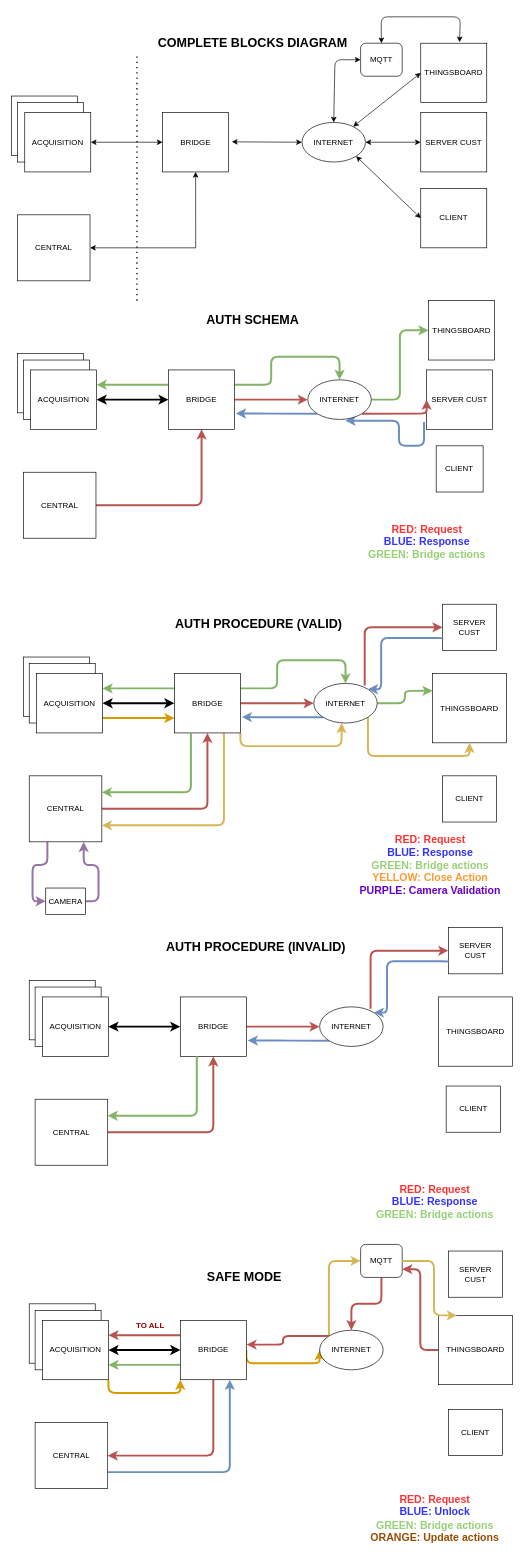
Before: page "Page-1" (1 of 2) of Doc/Blocks/Working_Blocks/Working_Blocks.drawio in fmarzo/SMASHBOX, a draw.io diagram. Source tidied: cells renumbered, new cells numbered last; positions are measured from the earlier drawing's top-left corner, leaving out a move shared by most shapes. Both pictures are drawn from the tidied source at 66%, with x=0, y=0 at pixel (11, 16).
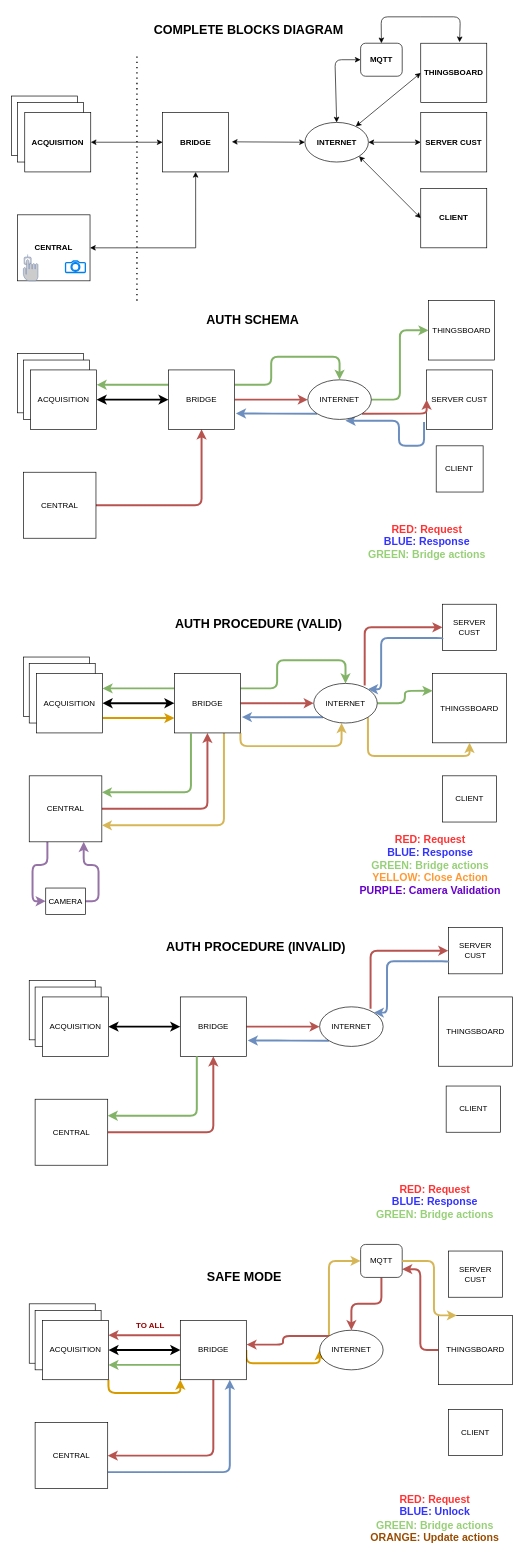
The same diagram, later.

Commit message:
doc: update complete block diagrams

Change to the diagram source:
```diff
@@
-    <mxCell id="3" value="CENTRAL" style="rounded=0;whiteSpace=wrap;html=1;" parent="1" vertex="1">
+    <mxCell id="3" value="&lt;b&gt;CENTRAL&lt;/b&gt;" style="rounded=0;whiteSpace=wrap;html=1;" parent="1" vertex="1">
       <mxGeometry x="8.9" y="300" width="110" height="100" as="geometry" />
     </mxCell>
-    <mxCell id="4" value="BRIDGE" style="rounded=0;whiteSpace=wrap;html=1;" parent="1" vertex="1">
+    <mxCell id="4" value="&lt;b&gt;BRIDGE&lt;/b&gt;" style="rounded=0;whiteSpace=wrap;html=1;" parent="1" vertex="1">
       <mxGeometry x="228.9" y="145" width="100" height="90" as="geometry" />
     </mxCell>
-    <mxCell id="5" value="THINGSBOARD" style="rounded=0;whiteSpace=wrap;html=1;" parent="1" vertex="1">
+    <mxCell id="5" value="&lt;b&gt;THINGSBOARD&lt;/b&gt;" style="rounded=0;whiteSpace=wrap;html=1;" parent="1" vertex="1">
       <mxGeometry x="620" y="40" width="100" height="90" as="geometry" />
     </mxCell>
-    <mxCell id="6" value="SERVER CUST" style="rounded=0;whiteSpace=wrap;html=1;" parent="1" vertex="1">
+    <mxCell id="6" value="&lt;b&gt;SERVER CUST&lt;/b&gt;" style="rounded=0;whiteSpace=wrap;html=1;" parent="1" vertex="1">
       <mxGeometry x="620" y="145" width="100" height="90" as="geometry" />
     </mxCell>
-    <mxCell id="7" value="CLIENT" style="rounded=0;whiteSpace=wrap;html=1;" parent="1" vertex="1">
+    <mxCell id="7" value="&lt;b&gt;CLIENT&lt;/b&gt;" style="rounded=0;whiteSpace=wrap;html=1;" parent="1" vertex="1">
       <mxGeometry x="620" y="260" width="100" height="90" as="geometry" />
     </mxCell>
@@
-    <mxCell id="9" value="INTERNET" style="ellipse;whiteSpace=wrap;html=1;" parent="1" vertex="1">
-      <mxGeometry x="440" y="160" width="96.2" height="60" as="geometry" />
+    <mxCell id="9" value="&lt;b&gt;INTERNET&lt;/b&gt;" style="ellipse;whiteSpace=wrap;html=1;" parent="1" vertex="1">
+      <mxGeometry x="444.5" y="160" width="96.2" height="60" as="geometry" />
     </mxCell>
@@
-    <mxCell id="13" value="ACQUISITION" style="rounded=0;whiteSpace=wrap;html=1;" parent="1" vertex="1">
+    <mxCell id="13" value="&lt;b&gt;ACQUISITION&lt;/b&gt;" style="rounded=0;whiteSpace=wrap;html=1;" parent="1" vertex="1">
       <mxGeometry x="20" y="145" width="100" height="90" as="geometry" />
     </mxCell>
@@
     <mxCell id="15" value="&lt;font style=&quot;font-size: 19px;&quot;&gt;&lt;b&gt;COMPLETE BLOCKS DIAGRAM&lt;/b&gt;&lt;/font&gt;" style="text;html=1;align=center;verticalAlign=middle;strokeColor=none;fillColor=none;" parent="1" vertex="1">
-      <mxGeometry x="210" y="20" width="310" height="40" as="geometry" />
+      <mxGeometry x="203.9" width="310" height="40" as="geometry" />
     </mxCell>
@@
-    <mxCell id="107" value="MQTT" style="rounded=1;whiteSpace=wrap;html=1;" parent="1" vertex="1">
+    <mxCell id="107" value="&lt;b&gt;MQTT&lt;/b&gt;" style="rounded=1;whiteSpace=wrap;html=1;" parent="1" vertex="1">
       <mxGeometry x="528.9" y="40" width="63" height="50" as="geometry" />
     </mxCell>
@@
+    <mxCell id="113" style="html=1;verticalLabelPosition=bottom;align=center;labelBackgroundColor=#ffffff;verticalAlign=top;strokeWidth=2;strokeColor=#0080F0;shadow=0;dashed=0;shape=mxgraph.ios7.icons.camera;" parent="1" vertex="1">
+      <mxGeometry x="81.8" y="370" width="30" height="17.4" as="geometry" />
+    </mxCell>
+    <mxCell id="114" style="fontColor=#0066CC;verticalAlign=top;verticalLabelPosition=bottom;labelPosition=center;align=center;html=1;fillColor=#CCCCCC;strokeColor=#6881B3;gradientColor=none;gradientDirection=north;strokeWidth=2;shape=mxgraph.networks.biometric_reader;" parent="1" vertex="1">
+      <mxGeometry x="17.9" y="360" width="22.1" height="40" as="geometry" />
+    </mxCell>
```
